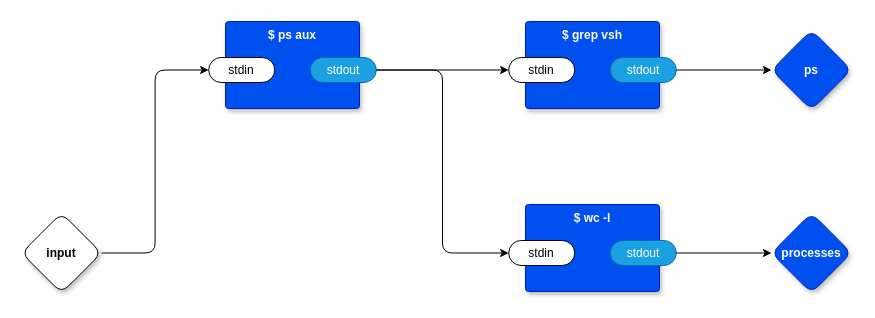
This is vsh.drawio from guitarvydas/odin0d, a draw.io file, before an edit. Source tidied: cells renumbered, new cells numbered last; positions are measured from the earlier drawing's top-left corner, leaving out a move shared by most shapes. Both pictures are drawn from the tidied source at 100%, with x=0, y=0 at pixel (21, 21).
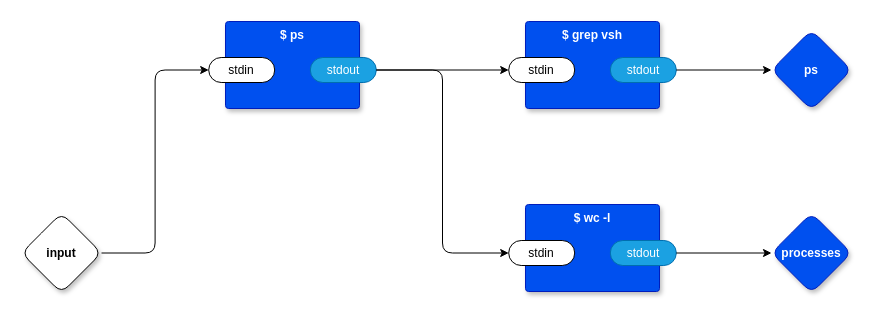
Above is the later version.

Commit message (it also covers changes not shown here):
vsh working with caveat that "ps aux" be avoided on MacOS

Diff of the diagram source:
```diff
@@
 <mxGraphModel>
   <root>
     <mxCell id="0" />
     <mxCell id="1" parent="0" />
     <mxCell id="2" style="edgeStyle=orthogonalEdgeStyle;rounded=1;jettySize=auto;html=1;exitX=1;exitY=0.5;exitDx=0;exitDy=0;exitPerimeter=0;entryX=0;entryY=0.5;entryDx=0;entryDy=0;entryPerimeter=0;" parent="1" edge="1" source="3" target="6">
       <mxGeometry relative="1" as="geometry" />
     </mxCell>
     <mxCell id="3" value="input" style="rhombus;whiteSpace=wrap;html=1;rounded=1;fontStyle=1;glass=0;sketch=0;fontSize=12;points=[[0,0.5,0,0,0],[0.5,0,0,0,0],[0.5,1,0,0,0],[1,0.5,0,0,0]];shadow=1;" parent="1" vertex="1">
       <mxGeometry y="191.5" width="80" height="80" as="geometry" />
     </mxCell>
     <mxCell id="4" value="ps" style="rhombus;whiteSpace=wrap;html=1;rounded=1;fillColor=#0050ef;fontColor=#ffffff;strokeColor=#001DBC;fontStyle=1;glass=0;sketch=0;fontSize=12;points=[[0,0.5,0,0,0],[0.5,0,0,0,0],[0.5,1,0,0,0],[1,0.5,0,0,0]];shadow=1;" parent="1" vertex="1">
       <mxGeometry x="750" y="8.5" width="80" height="80" as="geometry" />
     </mxCell>
-    <mxCell id="5" value="$ ps aux" style="rounded=1;whiteSpace=wrap;html=1;sketch=0;verticalAlign=top;arcSize=6;fontStyle=1;absoluteArcSize=1;shadow=1;strokeColor=#001DBC;fillColor=#0050ef;fontColor=#ffffff;" parent="1" vertex="1">
+    <mxCell id="5" value="$ ps" style="rounded=1;whiteSpace=wrap;html=1;sketch=0;verticalAlign=top;arcSize=6;fontStyle=1;absoluteArcSize=1;shadow=1;strokeColor=#001DBC;fillColor=#0050ef;fontColor=#ffffff;" parent="1" vertex="1">
       <mxGeometry x="204" width="134" height="87" as="geometry" />
     </mxCell>
     <mxCell id="6" value="stdin" style="rounded=1;whiteSpace=wrap;html=1;sketch=0;points=[[0,0.5,0,0,0],[1,0.5,0,0,0]];arcSize=50;" parent="5" vertex="1">
       <mxGeometry x="-16.8" y="36" width="66" height="25" as="geometry" />
     </mxCell>
     <mxCell id="7" value="stdout" style="rounded=1;whiteSpace=wrap;html=1;sketch=0;points=[[0,0.5,0,0,0],[1,0.5,0,0,0]];fillColor=#1ba1e2;fontColor=#ffffff;strokeColor=#006EAF;arcSize=50;" parent="5" vertex="1">
       <mxGeometry x="84.8" y="36" width="66" height="25" as="geometry" />
     </mxCell>
     <mxCell id="8" value="$ grep vsh" style="rounded=1;whiteSpace=wrap;html=1;sketch=0;verticalAlign=top;arcSize=6;fontStyle=1;absoluteArcSize=1;shadow=1;strokeColor=#001DBC;fillColor=#0050ef;fontColor=#ffffff;" parent="1" vertex="1">
       <mxGeometry x="504" width="134" height="87" as="geometry" />
     </mxCell>
     <mxCell id="9" value="stdin" style="rounded=1;whiteSpace=wrap;html=1;sketch=0;points=[[0,0.5,0,0,0],[1,0.5,0,0,0]];arcSize=50;" parent="8" vertex="1">
       <mxGeometry x="-16.8" y="36" width="66" height="25" as="geometry" />
     </mxCell>
     <mxCell id="10" value="stdout" style="rounded=1;whiteSpace=wrap;html=1;sketch=0;points=[[0,0.5,0,0,0],[1,0.5,0,0,0]];fillColor=#1ba1e2;fontColor=#ffffff;strokeColor=#006EAF;arcSize=50;" parent="8" vertex="1">
       <mxGeometry x="84.8" y="36" width="66" height="25" as="geometry" />
     </mxCell>
     <mxCell id="11" style="edgeStyle=orthogonalEdgeStyle;rounded=1;jettySize=auto;html=1;exitX=1;exitY=0.5;exitDx=0;exitDy=0;exitPerimeter=0;entryX=0;entryY=0.5;entryDx=0;entryDy=0;entryPerimeter=0;" parent="1" edge="1" source="7" target="9">
       <mxGeometry relative="1" as="geometry" />
     </mxCell>
     <mxCell id="12" style="edgeStyle=orthogonalEdgeStyle;rounded=1;jettySize=auto;html=1;exitX=1;exitY=0.5;exitDx=0;exitDy=0;exitPerimeter=0;entryX=0;entryY=0.5;entryDx=0;entryDy=0;entryPerimeter=0;" parent="1" edge="1" source="10" target="4">
       <mxGeometry relative="1" as="geometry" />
     </mxCell>
     <mxCell id="13" value="$ wc -l" style="rounded=1;whiteSpace=wrap;html=1;sketch=0;verticalAlign=top;arcSize=6;fontStyle=1;absoluteArcSize=1;shadow=1;strokeColor=#001DBC;fillColor=#0050ef;fontColor=#ffffff;" parent="1" vertex="1">
       <mxGeometry x="504" y="183" width="134" height="87" as="geometry" />
     </mxCell>
     <mxCell id="14" value="stdin" style="rounded=1;whiteSpace=wrap;html=1;sketch=0;points=[[0,0.5,0,0,0],[1,0.5,0,0,0]];arcSize=50;" parent="13" vertex="1">
       <mxGeometry x="-16.8" y="36" width="66" height="25" as="geometry" />
     </mxCell>
     <mxCell id="15" value="stdout" style="rounded=1;whiteSpace=wrap;html=1;sketch=0;points=[[0,0.5,0,0,0],[1,0.5,0,0,0]];fillColor=#1ba1e2;fontColor=#ffffff;strokeColor=#006EAF;arcSize=50;" parent="13" vertex="1">
       <mxGeometry x="84.8" y="36" width="66" height="25" as="geometry" />
     </mxCell>
     <mxCell id="16" style="edgeStyle=orthogonalEdgeStyle;rounded=1;jettySize=auto;html=1;exitX=1;exitY=0.5;exitDx=0;exitDy=0;exitPerimeter=0;entryX=0;entryY=0.5;entryDx=0;entryDy=0;entryPerimeter=0;" parent="1" edge="1" source="7" target="14">
       <mxGeometry relative="1" as="geometry" />
     </mxCell>
     <mxCell id="17" value="processes" style="rhombus;whiteSpace=wrap;html=1;rounded=1;fillColor=#0050ef;fontColor=#ffffff;strokeColor=#001DBC;fontStyle=1;glass=0;sketch=0;fontSize=12;points=[[0,0.5,0,0,0],[0.5,0,0,0,0],[0.5,1,0,0,0],[1,0.5,0,0,0]];shadow=1;" parent="1" vertex="1">
       <mxGeometry x="750" y="191.5" width="80" height="80" as="geometry" />
     </mxCell>
     <mxCell id="18" style="edgeStyle=orthogonalEdgeStyle;rounded=1;jettySize=auto;html=1;exitX=1;exitY=0.5;exitDx=0;exitDy=0;exitPerimeter=0;entryX=0;entryY=0.5;entryDx=0;entryDy=0;entryPerimeter=0;" parent="1" edge="1" source="15" target="17">
       <mxGeometry relative="1" as="geometry" />
     </mxCell>
   </root>
 </mxGraphModel>
```
